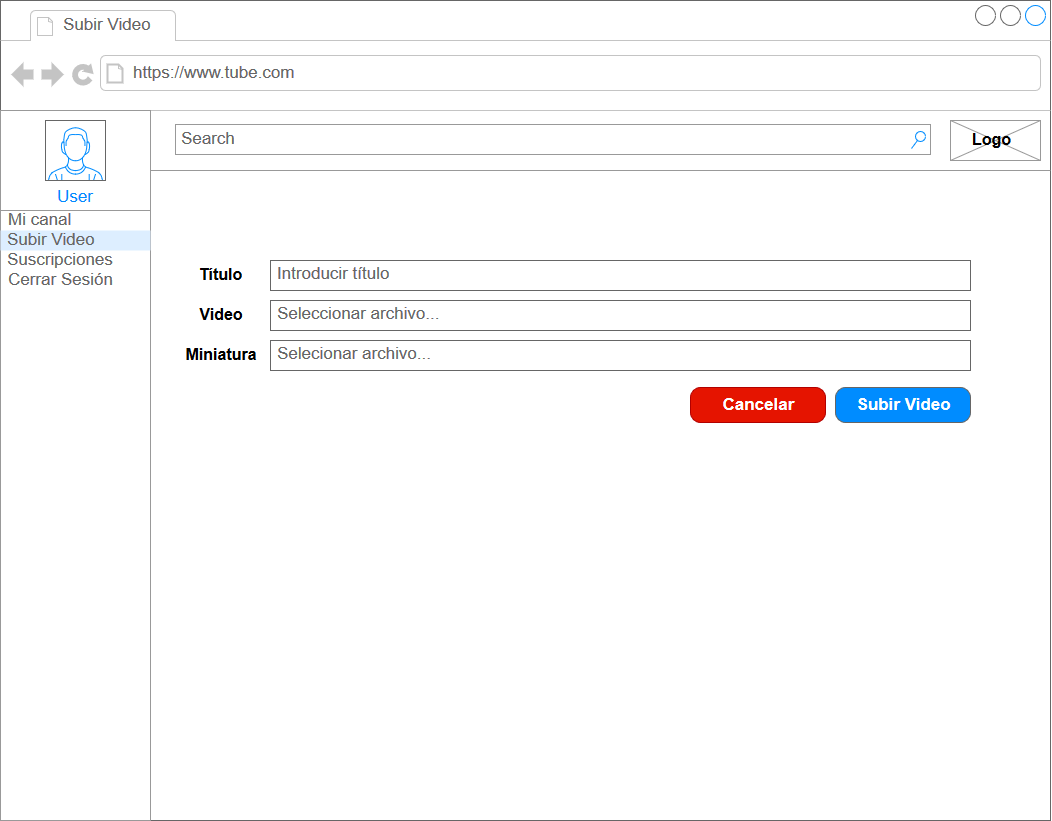
Victor-martinelli/TADEPD keeps this draw.io diagram as Proyecto/Documentacion/Interfaces/SubirVideo.png. Above is the earlier version. Source tidied: cells renumbered, new cells last; positions are measured from the earlier drawing's top-left corner, leaving out a move shared by most shapes. Its diagram source:
```xml
<mxGraphModel background="#ffffff">
  <root>
    <mxCell id="0" />
    <mxCell id="1" parent="0" />
    <mxCell id="2" style="strokeWidth=1;shadow=0;dashed=0;align=center;html=1;shape=mxgraph.mockup.containers.browserWindow;rSize=0;fillColor=#ffffff;strokeColor=#666666;mainText=,;rounded=0;labelBackgroundColor=none;fontFamily=Verdana;fontSize=12;fontColor=#000000;" parent="1" vertex="1">
      <mxGeometry width="1050" height="820" as="geometry" />
    </mxCell>
    <mxCell id="3" value="Subir Video" style="strokeWidth=1;shadow=0;dashed=0;align=center;html=1;shape=mxgraph.mockup.containers.anchor;fontSize=17;fontColor=#666666;align=left;" parent="2" vertex="1">
      <mxGeometry x="60" y="12" width="110" height="26" as="geometry" />
    </mxCell>
    <mxCell id="4" value="https://www.tube.com" style="strokeWidth=1;shadow=0;dashed=0;align=center;html=1;shape=mxgraph.mockup.containers.anchor;rSize=0;fontSize=17;fontColor=#666666;align=left;" parent="2" vertex="1">
      <mxGeometry x="130" y="60" width="250" height="26" as="geometry" />
    </mxCell>
    <mxCell id="5" style="strokeWidth=1;shadow=0;dashed=0;align=center;html=1;shape=mxgraph.mockup.forms.rrect;rSize=0;strokeColor=#999999;fillColor=#ffffff;" parent="2" vertex="1">
      <mxGeometry y="110" width="150" height="710" as="geometry" />
    </mxCell>
    <mxCell id="6" value="User" style="strokeWidth=1;shadow=0;dashed=0;align=center;html=1;shape=mxgraph.mockup.forms.rrect;rSize=0;strokeColor=#999999;fontColor=#008cff;fontSize=17;fillColor=#ffffff;verticalAlign=bottom;" parent="5" vertex="1">
      <mxGeometry width="150" height="100" relative="1" as="geometry" />
    </mxCell>
    <mxCell id="7" value="Mi canal" style="strokeWidth=1;shadow=0;dashed=0;align=center;html=1;shape=mxgraph.mockup.forms.anchor;fontSize=17;fontColor=#666666;align=left;spacingLeft=5;" parent="5" vertex="1">
      <mxGeometry width="150" height="20" relative="1" as="geometry">
        <mxPoint y="100" as="offset" />
      </mxGeometry>
    </mxCell>
    <mxCell id="8" value="Cerrar Sesión" style="strokeWidth=1;shadow=0;dashed=0;align=center;html=1;shape=mxgraph.mockup.forms.anchor;fontSize=17;fontColor=#666666;align=left;spacingLeft=5;" parent="5" vertex="1">
      <mxGeometry width="150" height="20" relative="1" as="geometry">
        <mxPoint y="160" as="offset" />
      </mxGeometry>
    </mxCell>
    <mxCell id="9" value="Subir Video" style="strokeWidth=1;shadow=0;dashed=0;align=center;html=1;shape=mxgraph.mockup.forms.rrect;rSize=0;fontSize=17;fontColor=#666666;align=left;spacingLeft=5;fillColor=#ddeeff;strokeColor=none;" parent="5" vertex="1">
      <mxGeometry width="150" height="20" relative="1" as="geometry">
        <mxPoint y="120" as="offset" />
      </mxGeometry>
    </mxCell>
    <mxCell id="10" style="verticalLabelPosition=bottom;shadow=0;dashed=0;align=center;html=1;verticalAlign=top;strokeWidth=1;shape=mxgraph.mockup.containers.userMale;strokeColor=#666666;strokeColor2=#008cff;fillColor=#ffffff;" parent="5" vertex="1">
      <mxGeometry x="45" y="10" width="60" height="60" as="geometry" />
    </mxCell>
    <mxCell id="11" value="Suscripciones" style="text;html=1;strokeColor=none;fillColor=none;align=left;verticalAlign=middle;whiteSpace=wrap;rounded=0;fontSize=17;fontColor=#666666;" parent="5" vertex="1">
      <mxGeometry x="5" y="140" width="140" height="20" as="geometry" />
    </mxCell>
    <mxCell id="12" style="endArrow=none;html=1;fontSize=16;entryX=1;entryY=0.207;entryDx=0;entryDy=0;entryPerimeter=0;strokeColor=#999999;" parent="2" edge="1" target="2">
      <mxGeometry relative="1" as="geometry">
        <mxPoint x="150" y="170" as="sourcePoint" />
      </mxGeometry>
    </mxCell>
    <mxCell id="13" style="verticalLabelPosition=bottom;shadow=0;dashed=0;align=center;html=1;verticalAlign=top;strokeWidth=1;shape=mxgraph.mockup.graphics.simpleIcon;strokeColor=#999999;fillColor=#ffffff;fontSize=16;" parent="2" vertex="1">
      <mxGeometry x="950" y="120" width="90" height="40" as="geometry" />
    </mxCell>
    <mxCell id="14" value="&lt;div align=&quot;center&quot;&gt;Logo&lt;/div&gt;" style="text;html=1;strokeColor=none;fillColor=none;align=left;verticalAlign=middle;whiteSpace=wrap;rounded=0;fontStyle=1;fontSize=16;" parent="2" vertex="1">
      <mxGeometry x="970" y="130" width="50" height="20" as="geometry" />
    </mxCell>
    <mxCell id="15" value="Search" style="strokeWidth=1;shadow=0;dashed=0;align=center;html=1;shape=mxgraph.mockup.forms.searchBox;strokeColor=#999999;mainText=;fillColor=#ffffff;strokeColor2=#008cff;fontColor=#666666;fontSize=17;align=left;spacingLeft=3;" parent="2" vertex="1">
      <mxGeometry x="175" y="124" width="755" height="30" as="geometry" />
    </mxCell>
    <mxCell id="16" value="Introducir título" style="strokeWidth=1;shadow=0;dashed=0;align=center;html=1;shape=mxgraph.mockup.text.textBox;fillColor=#ffffff;fontColor=#666666;align=left;fontSize=17;spacingLeft=4;spacingTop=-3;strokeColor=#666666;mainText=;" parent="2" vertex="1">
      <mxGeometry x="270" y="260" width="700" height="30" as="geometry" />
    </mxCell>
    <mxCell id="17" value="&lt;b&gt;&lt;font style=&quot;font-size: 16px&quot;&gt;Título&lt;/font&gt;&lt;/b&gt;" style="text;html=1;strokeColor=none;fillColor=none;align=center;verticalAlign=middle;whiteSpace=wrap;rounded=0;" parent="2" vertex="1">
      <mxGeometry x="200" y="260" width="40" height="30" as="geometry" />
    </mxCell>
    <mxCell id="18" value="Seleccionar archivo..." style="strokeWidth=1;shadow=0;dashed=0;align=center;html=1;shape=mxgraph.mockup.text.textBox;fillColor=#ffffff;fontColor=#666666;align=left;fontSize=17;spacingLeft=4;spacingTop=-3;strokeColor=#666666;mainText=;" parent="2" vertex="1">
      <mxGeometry x="270" y="300" width="700" height="30" as="geometry" />
    </mxCell>
    <mxCell id="19" value="Selecionar archivo..." style="strokeWidth=1;shadow=0;dashed=0;align=center;html=1;shape=mxgraph.mockup.text.textBox;fillColor=#ffffff;fontColor=#666666;align=left;fontSize=17;spacingLeft=4;spacingTop=-3;strokeColor=#666666;mainText=;" parent="2" vertex="1">
      <mxGeometry x="270" y="340" width="700" height="30" as="geometry" />
    </mxCell>
    <mxCell id="20" value="&lt;font size=&quot;1&quot;&gt;&lt;b style=&quot;font-size: 16px&quot;&gt;Miniatura&lt;/b&gt;&lt;/font&gt;" style="text;html=1;strokeColor=none;fillColor=none;align=center;verticalAlign=middle;whiteSpace=wrap;rounded=0;" parent="2" vertex="1">
      <mxGeometry x="200" y="340" width="40" height="30" as="geometry" />
    </mxCell>
    <mxCell id="21" value="Subir Video" style="strokeWidth=1;shadow=0;dashed=0;align=center;html=1;shape=mxgraph.mockup.buttons.button;strokeColor=#666666;fontColor=#ffffff;mainText=;buttonStyle=round;fontSize=17;fontStyle=1;fillColor=#008cff;whiteSpace=wrap;" parent="2" vertex="1">
      <mxGeometry x="835" y="387" width="135" height="35" as="geometry" />
    </mxCell>
    <mxCell id="22" value="Cancelar" style="strokeWidth=1;shadow=0;dashed=0;align=center;html=1;shape=mxgraph.mockup.buttons.button;strokeColor=#B20000;mainText=;buttonStyle=round;fontSize=17;fontStyle=1;fillColor=#e51400;whiteSpace=wrap;fontColor=#ffffff;" parent="2" vertex="1">
      <mxGeometry x="690" y="387" width="135" height="35" as="geometry" />
    </mxCell>
    <mxCell id="23" value="&lt;b&gt;&lt;font style=&quot;font-size: 16px&quot;&gt;Video&lt;/font&gt;&lt;/b&gt;" style="text;html=1;strokeColor=none;fillColor=none;align=center;verticalAlign=middle;whiteSpace=wrap;rounded=0;" parent="1" vertex="1">
      <mxGeometry x="200" y="300" width="40" height="30" as="geometry" />
    </mxCell>
  </root>
</mxGraphModel>
```
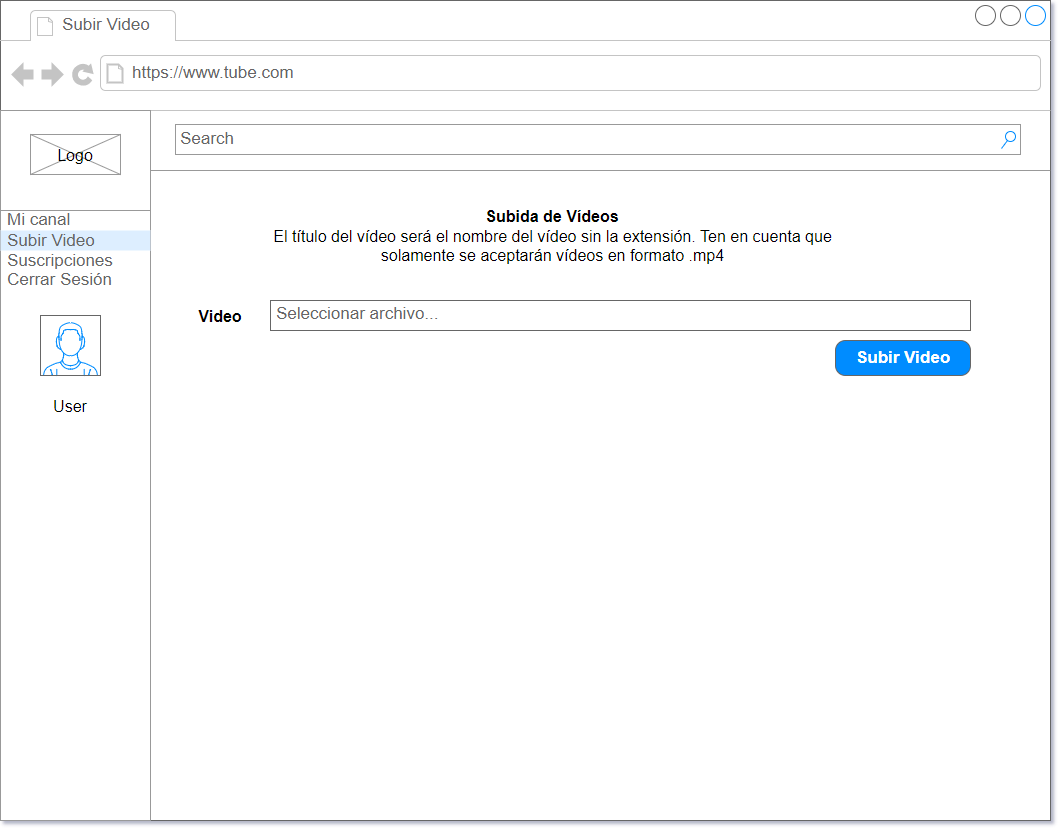
Above is the later version.

Diff of the diagram source:
```diff
@@ -14,7 +14,7 @@
     <mxCell id="5" style="strokeWidth=1;shadow=0;dashed=0;align=center;html=1;shape=mxgraph.mockup.forms.rrect;rSize=0;strokeColor=#999999;fillColor=#ffffff;" parent="2" vertex="1">
       <mxGeometry y="110" width="150" height="710" as="geometry" />
     </mxCell>
-    <mxCell id="6" value="User" style="strokeWidth=1;shadow=0;dashed=0;align=center;html=1;shape=mxgraph.mockup.forms.rrect;rSize=0;strokeColor=#999999;fontColor=#008cff;fontSize=17;fillColor=#ffffff;verticalAlign=bottom;" parent="5" vertex="1">
+    <mxCell id="6" style="strokeWidth=1;shadow=0;dashed=0;align=center;html=1;shape=mxgraph.mockup.forms.rrect;rSize=0;strokeColor=#999999;fontColor=#008cff;fontSize=17;fillColor=#ffffff;verticalAlign=bottom;" parent="5" vertex="1">
       <mxGeometry width="150" height="100" relative="1" as="geometry" />
     </mxCell>
     <mxCell id="7" value="Mi canal" style="strokeWidth=1;shadow=0;dashed=0;align=center;html=1;shape=mxgraph.mockup.forms.anchor;fontSize=17;fontColor=#666666;align=left;spacingLeft=5;" parent="5" vertex="1">
@@ -33,46 +33,43 @@
       </mxGeometry>
     </mxCell>
     <mxCell id="10" style="verticalLabelPosition=bottom;shadow=0;dashed=0;align=center;html=1;verticalAlign=top;strokeWidth=1;shape=mxgraph.mockup.containers.userMale;strokeColor=#666666;strokeColor2=#008cff;fillColor=#ffffff;" parent="5" vertex="1">
-      <mxGeometry x="45" y="10" width="60" height="60" as="geometry" />
+      <mxGeometry x="40" y="205" width="60" height="60" as="geometry" />
     </mxCell>
     <mxCell id="11" value="Suscripciones" style="text;html=1;strokeColor=none;fillColor=none;align=left;verticalAlign=middle;whiteSpace=wrap;rounded=0;fontSize=17;fontColor=#666666;" parent="5" vertex="1">
       <mxGeometry x="5" y="140" width="140" height="20" as="geometry" />
     </mxCell>
+    <mxCell id="14" value="&lt;div align=&quot;center&quot;&gt;Logo&lt;/div&gt;" style="text;html=1;strokeColor=none;fillColor=none;align=left;verticalAlign=middle;whiteSpace=wrap;rounded=0;fontStyle=1;fontSize=16;" parent="5" vertex="1">
+      <mxGeometry x="50" y="34" width="50" height="20" as="geometry" />
+    </mxCell>
+    <mxCell id="13" style="verticalLabelPosition=bottom;shadow=0;dashed=0;align=center;html=1;verticalAlign=top;strokeWidth=1;shape=mxgraph.mockup.graphics.simpleIcon;strokeColor=#999999;fillColor=#ffffff;fontSize=16;" parent="5" vertex="1">
+      <mxGeometry x="30" y="24" width="90" height="40" as="geometry" />
+    </mxCell>
+    <mxCell id="24" value="&lt;span style=&quot;font-size: 16px&quot;&gt;Logo&lt;/span&gt;" style="text;html=1;strokeColor=none;fillColor=none;align=center;verticalAlign=middle;whiteSpace=wrap;rounded=0;" parent="5" vertex="1">
+      <mxGeometry x="25" y="29" width="100" height="30" as="geometry" />
+    </mxCell>
+    <mxCell id="25" value="&lt;span style=&quot;font-size: 16px&quot;&gt;User&lt;/span&gt;" style="text;html=1;strokeColor=none;fillColor=none;align=center;verticalAlign=middle;whiteSpace=wrap;rounded=0;" parent="5" vertex="1">
+      <mxGeometry x="49" y="280" width="42" height="30" as="geometry" />
+    </mxCell>
     <mxCell id="12" style="endArrow=none;html=1;fontSize=16;entryX=1;entryY=0.207;entryDx=0;entryDy=0;entryPerimeter=0;strokeColor=#999999;" parent="2" edge="1" target="2">
       <mxGeometry relative="1" as="geometry">
         <mxPoint x="150" y="170" as="sourcePoint" />
       </mxGeometry>
     </mxCell>
-    <mxCell id="13" style="verticalLabelPosition=bottom;shadow=0;dashed=0;align=center;html=1;verticalAlign=top;strokeWidth=1;shape=mxgraph.mockup.graphics.simpleIcon;strokeColor=#999999;fillColor=#ffffff;fontSize=16;" parent="2" vertex="1">
-      <mxGeometry x="950" y="120" width="90" height="40" as="geometry" />
-    </mxCell>
-    <mxCell id="14" value="&lt;div align=&quot;center&quot;&gt;Logo&lt;/div&gt;" style="text;html=1;strokeColor=none;fillColor=none;align=left;verticalAlign=middle;whiteSpace=wrap;rounded=0;fontStyle=1;fontSize=16;" parent="2" vertex="1">
-      <mxGeometry x="970" y="130" width="50" height="20" as="geometry" />
-    </mxCell>
     <mxCell id="15" value="Search" style="strokeWidth=1;shadow=0;dashed=0;align=center;html=1;shape=mxgraph.mockup.forms.searchBox;strokeColor=#999999;mainText=;fillColor=#ffffff;strokeColor2=#008cff;fontColor=#666666;fontSize=17;align=left;spacingLeft=3;" parent="2" vertex="1">
-      <mxGeometry x="175" y="124" width="755" height="30" as="geometry" />
+      <mxGeometry x="175" y="124" width="845" height="30" as="geometry" />
     </mxCell>
-    <mxCell id="16" value="Introducir título" style="strokeWidth=1;shadow=0;dashed=0;align=center;html=1;shape=mxgraph.mockup.text.textBox;fillColor=#ffffff;fontColor=#666666;align=left;fontSize=17;spacingLeft=4;spacingTop=-3;strokeColor=#666666;mainText=;" parent="2" vertex="1">
-      <mxGeometry x="270" y="260" width="700" height="30" as="geometry" />
-    </mxCell>
-    <mxCell id="17" value="&lt;b&gt;&lt;font style=&quot;font-size: 16px&quot;&gt;Título&lt;/font&gt;&lt;/b&gt;" style="text;html=1;strokeColor=none;fillColor=none;align=center;verticalAlign=middle;whiteSpace=wrap;rounded=0;" parent="2" vertex="1">
-      <mxGeometry x="200" y="260" width="40" height="30" as="geometry" />
+    <mxCell id="17" value="&lt;b&gt;&lt;font style=&quot;font-size: 16px&quot;&gt;Subida de Vídeos&lt;/font&gt;&lt;/b&gt;" style="text;html=1;strokeColor=none;fillColor=none;align=center;verticalAlign=middle;whiteSpace=wrap;rounded=0;" parent="2" vertex="1">
+      <mxGeometry x="477.5" y="200" width="150" height="30" as="geometry" />
     </mxCell>
     <mxCell id="18" value="Seleccionar archivo..." style="strokeWidth=1;shadow=0;dashed=0;align=center;html=1;shape=mxgraph.mockup.text.textBox;fillColor=#ffffff;fontColor=#666666;align=left;fontSize=17;spacingLeft=4;spacingTop=-3;strokeColor=#666666;mainText=;" parent="2" vertex="1">
       <mxGeometry x="270" y="300" width="700" height="30" as="geometry" />
     </mxCell>
-    <mxCell id="19" value="Selecionar archivo..." style="strokeWidth=1;shadow=0;dashed=0;align=center;html=1;shape=mxgraph.mockup.text.textBox;fillColor=#ffffff;fontColor=#666666;align=left;fontSize=17;spacingLeft=4;spacingTop=-3;strokeColor=#666666;mainText=;" parent="2" vertex="1">
-      <mxGeometry x="270" y="340" width="700" height="30" as="geometry" />
-    </mxCell>
-    <mxCell id="20" value="&lt;font size=&quot;1&quot;&gt;&lt;b style=&quot;font-size: 16px&quot;&gt;Miniatura&lt;/b&gt;&lt;/font&gt;" style="text;html=1;strokeColor=none;fillColor=none;align=center;verticalAlign=middle;whiteSpace=wrap;rounded=0;" parent="2" vertex="1">
-      <mxGeometry x="200" y="340" width="40" height="30" as="geometry" />
-    </mxCell>
     <mxCell id="21" value="Subir Video" style="strokeWidth=1;shadow=0;dashed=0;align=center;html=1;shape=mxgraph.mockup.buttons.button;strokeColor=#666666;fontColor=#ffffff;mainText=;buttonStyle=round;fontSize=17;fontStyle=1;fillColor=#008cff;whiteSpace=wrap;" parent="2" vertex="1">
-      <mxGeometry x="835" y="387" width="135" height="35" as="geometry" />
+      <mxGeometry x="835" y="340" width="135" height="35" as="geometry" />
     </mxCell>
-    <mxCell id="22" value="Cancelar" style="strokeWidth=1;shadow=0;dashed=0;align=center;html=1;shape=mxgraph.mockup.buttons.button;strokeColor=#B20000;mainText=;buttonStyle=round;fontSize=17;fontStyle=1;fillColor=#e51400;whiteSpace=wrap;fontColor=#ffffff;" parent="2" vertex="1">
-      <mxGeometry x="690" y="387" width="135" height="35" as="geometry" />
-    </mxCell>
+    <mxCell id="26" value="&lt;span style=&quot;font-size: 16px&quot;&gt;El título del vídeo será el nombre del vídeo sin la extensión. Ten en cuenta que solamente se aceptarán vídeos en formato .mp4&lt;/span&gt;" style="text;html=1;strokeColor=none;fillColor=none;align=center;verticalAlign=middle;whiteSpace=wrap;rounded=0;" parent="2" vertex="1">
+      <mxGeometry x="271" y="230" width="563" height="30" as="geometry" />
+    </mxCell>
     <mxCell id="23" value="&lt;b&gt;&lt;font style=&quot;font-size: 16px&quot;&gt;Video&lt;/font&gt;&lt;/b&gt;" style="text;html=1;strokeColor=none;fillColor=none;align=center;verticalAlign=middle;whiteSpace=wrap;rounded=0;" parent="1" vertex="1">
       <mxGeometry x="200" y="300" width="40" height="30" as="geometry" />
     </mxCell>
```
